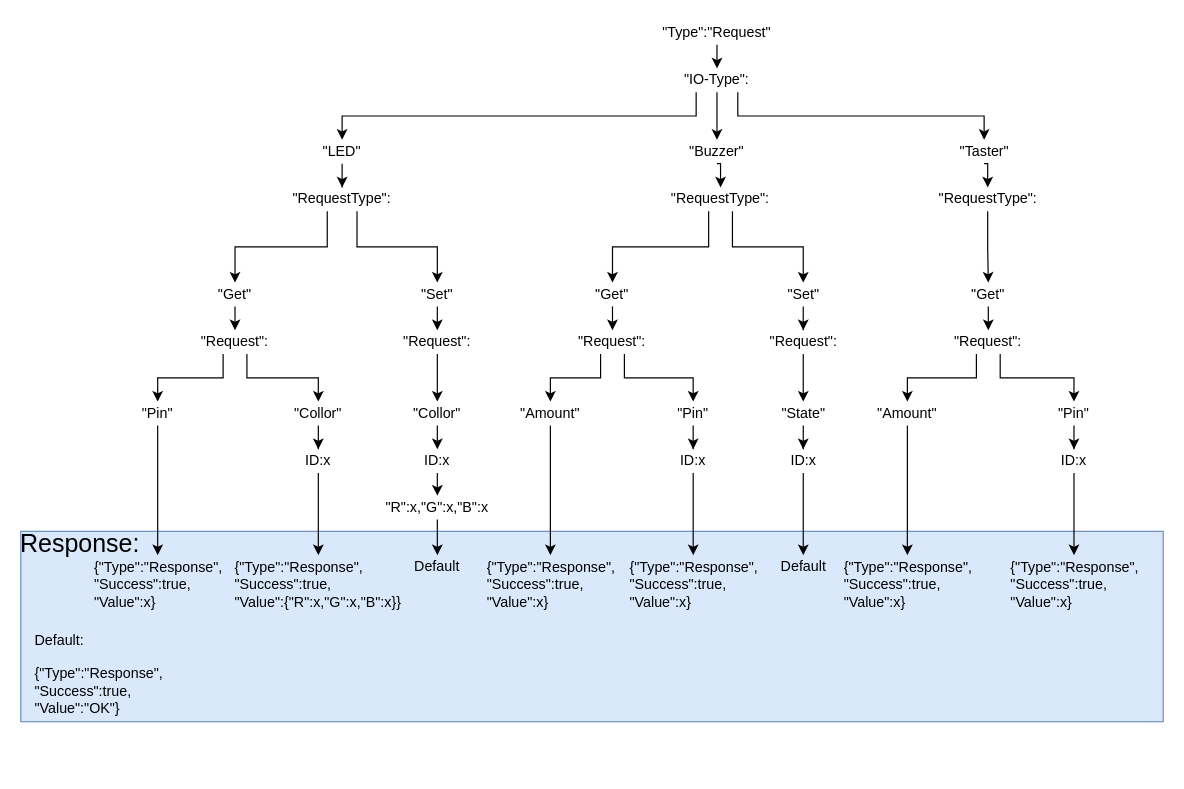
Before: src/BuzzerScript/API Doku.drawio in TheEinfachFelix/GameMaster, a draw.io diagram. Source tidied: cells renumbered, new cells numbered last; positions are measured from the earlier drawing's top-left corner, leaving out a move shared by most shapes. Both pictures are drawn from the tidied source at 119%, with x=0, y=0 at pixel (20, 20).
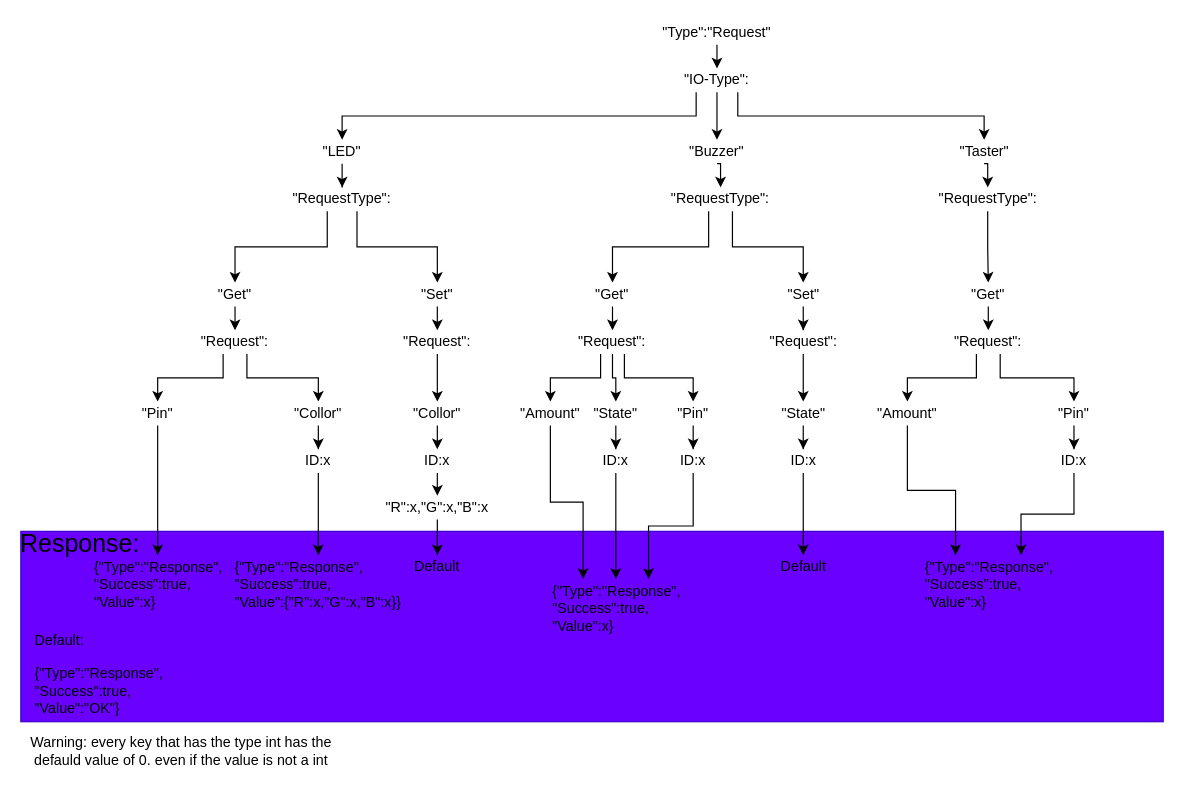
After the change.

The change refers to these unchanged cells:
```xml
<mxCell id="39" value="&lt;div&gt;&quot;Request&quot;:&lt;/div&gt;" style="text;html=1;strokeColor=none;fillColor=none;align=center;verticalAlign=middle;whiteSpace=wrap;rounded=0;" parent="1" vertex="1">
  <mxGeometry x="477.2" y="260" width="40" height="20" as="geometry" />
</mxCell>
<mxCell id="45" value="&quot;Amount&quot;" style="text;html=1;strokeColor=none;fillColor=none;align=center;verticalAlign=middle;whiteSpace=wrap;rounded=0;" parent="1" vertex="1">
  <mxGeometry x="725" y="320" width="40" height="20" as="geometry" />
</mxCell>
<mxCell id="49" value="ID:x" style="text;html=1;strokeColor=none;fillColor=none;align=center;verticalAlign=middle;whiteSpace=wrap;rounded=0;" parent="1" vertex="1">
  <mxGeometry x="865" y="360" width="40" height="20" as="geometry" />
</mxCell>
<mxCell id="53" value="&quot;Amount&quot;" style="text;html=1;strokeColor=none;fillColor=none;align=center;verticalAlign=middle;whiteSpace=wrap;rounded=0;" parent="1" vertex="1">
  <mxGeometry x="425" y="320" width="40" height="20" as="geometry" />
</mxCell>
<mxCell id="57" value="ID:x" style="text;html=1;strokeColor=none;fillColor=none;align=center;verticalAlign=middle;whiteSpace=wrap;rounded=0;" parent="1" vertex="1">
  <mxGeometry x="545" y="360" width="40" height="20" as="geometry" />
</mxCell>
```

Diff of the diagram source:
```diff
@@
-    <mxCell id="2" style="rounded=0;whiteSpace=wrap;html=1;align=left;fillColor=#dae8fc;strokeColor=#6c8ebf;" parent="1" vertex="1">
+    <mxCell id="2" style="rounded=0;whiteSpace=wrap;html=1;align=left;fillColor=#6a00ff;strokeColor=#3700CC;fontColor=#ffffff;" parent="1" vertex="1">
       <mxGeometry y="429" width="960" height="160" as="geometry" />
     </mxCell>
@@
-    <mxCell id="44" style="edgeStyle=orthogonalEdgeStyle;rounded=0;jettySize=auto;html=1;exitX=0.5;exitY=1;exitDx=0;exitDy=0;entryX=0.5;entryY=0;entryDx=0;entryDy=0;" parent="1" edge="1" source="45" target="82">
+    <mxCell id="44" style="edgeStyle=orthogonalEdgeStyle;rounded=0;jettySize=auto;html=1;exitX=0.5;exitY=1;exitDx=0;exitDy=0;entryX=0.25;entryY=0;entryDx=0;entryDy=0;" parent="1" edge="1" source="45" target="83">
       <mxGeometry relative="1" as="geometry" />
     </mxCell>
@@
-    <mxCell id="48" style="edgeStyle=orthogonalEdgeStyle;rounded=0;jettySize=auto;html=1;exitX=0.5;exitY=1;exitDx=0;exitDy=0;entryX=0.5;entryY=0;entryDx=0;entryDy=0;" parent="1" edge="1" source="49" target="83">
+    <mxCell id="48" style="edgeStyle=orthogonalEdgeStyle;rounded=0;jettySize=auto;html=1;exitX=0.5;exitY=1;exitDx=0;exitDy=0;entryX=0.75;entryY=0;entryDx=0;entryDy=0;" parent="1" edge="1" source="49" target="83">
       <mxGeometry relative="1" as="geometry" />
     </mxCell>
@@
-    <mxCell id="52" style="edgeStyle=orthogonalEdgeStyle;rounded=0;jettySize=auto;html=1;exitX=0.5;exitY=1;exitDx=0;exitDy=0;entryX=0.5;entryY=0;entryDx=0;entryDy=0;" parent="1" edge="1" source="53" target="80">
+    <mxCell id="52" style="edgeStyle=orthogonalEdgeStyle;rounded=0;jettySize=auto;html=1;exitX=0.5;exitY=1;exitDx=0;exitDy=0;entryX=0.25;entryY=0;entryDx=0;entryDy=0;" parent="1" edge="1" source="53" target="80">
       <mxGeometry relative="1" as="geometry" />
     </mxCell>
@@
-    <mxCell id="56" style="edgeStyle=orthogonalEdgeStyle;rounded=0;jettySize=auto;html=1;exitX=0.5;exitY=1;exitDx=0;exitDy=0;entryX=0.5;entryY=0;entryDx=0;entryDy=0;" parent="1" edge="1" source="57" target="81">
+    <mxCell id="56" style="edgeStyle=orthogonalEdgeStyle;rounded=0;jettySize=auto;html=1;exitX=0.5;exitY=1;exitDx=0;exitDy=0;entryX=0.75;entryY=0;entryDx=0;entryDy=0;" parent="1" edge="1" source="57" target="80">
       <mxGeometry relative="1" as="geometry" />
     </mxCell>
@@
     <mxCell id="80" value="&lt;span&gt;{&quot;Type&quot;:&quot;Response&quot;,&lt;/span&gt;&lt;br&gt;&lt;span&gt;&quot;Success&quot;:true,&lt;/span&gt;&lt;br&gt;&lt;span&gt;&quot;Value&quot;:x}&lt;/span&gt;" style="text;html=1;strokeColor=none;fillColor=none;align=left;verticalAlign=middle;whiteSpace=wrap;rounded=0;" parent="1" vertex="1">
-      <mxGeometry x="390" y="449" width="110" height="50" as="geometry" />
+      <mxGeometry x="445" y="469" width="110" height="50" as="geometry" />
     </mxCell>
-    <mxCell id="81" value="&lt;span&gt;{&quot;Type&quot;:&quot;Response&quot;,&lt;/span&gt;&lt;br&gt;&lt;span&gt;&quot;Success&quot;:true,&lt;/span&gt;&lt;br&gt;&lt;span&gt;&quot;Value&quot;:x}&lt;/span&gt;" style="text;html=1;strokeColor=none;fillColor=none;align=left;verticalAlign=middle;whiteSpace=wrap;rounded=0;" parent="1" vertex="1">
-      <mxGeometry x="510" y="449" width="110" height="50" as="geometry" />
-    </mxCell>
-    <mxCell id="82" value="&lt;span&gt;{&quot;Type&quot;:&quot;Response&quot;,&lt;/span&gt;&lt;br&gt;&lt;span&gt;&quot;Success&quot;:true,&lt;/span&gt;&lt;br&gt;&lt;span&gt;&quot;Value&quot;:x}&lt;/span&gt;" style="text;html=1;strokeColor=none;fillColor=none;align=left;verticalAlign=middle;whiteSpace=wrap;rounded=0;" parent="1" vertex="1">
-      <mxGeometry x="690" y="449" width="110" height="50" as="geometry" />
-    </mxCell>
     <mxCell id="83" value="&lt;span&gt;{&quot;Type&quot;:&quot;Response&quot;,&lt;/span&gt;&lt;br&gt;&lt;span&gt;&quot;Success&quot;:true,&lt;/span&gt;&lt;br&gt;&lt;span&gt;&quot;Value&quot;:x}&lt;/span&gt;" style="text;html=1;strokeColor=none;fillColor=none;align=left;verticalAlign=middle;whiteSpace=wrap;rounded=0;" parent="1" vertex="1">
-      <mxGeometry x="830" y="449" width="110" height="50" as="geometry" />
+      <mxGeometry x="758" y="449" width="110" height="50" as="geometry" />
     </mxCell>
+    <mxCell id="84" style="edgeStyle=orthogonalEdgeStyle;rounded=0;jettySize=auto;html=1;exitX=0.5;exitY=1;exitDx=0;exitDy=0;entryX=0.5;entryY=0;entryDx=0;entryDy=0;" parent="1" edge="1" source="39" target="86">
+      <mxGeometry relative="1" as="geometry" />
+    </mxCell>
+    <mxCell id="85" style="edgeStyle=orthogonalEdgeStyle;rounded=0;jettySize=auto;html=1;exitX=0.5;exitY=1;exitDx=0;exitDy=0;" parent="1" edge="1" source="86" target="88">
+      <mxGeometry relative="1" as="geometry" />
+    </mxCell>
+    <mxCell id="86" value="&quot;State&quot;" style="text;html=1;strokeColor=none;fillColor=none;align=center;verticalAlign=middle;whiteSpace=wrap;rounded=0;" parent="1" vertex="1">
+      <mxGeometry x="480" y="320" width="40" height="20" as="geometry" />
+    </mxCell>
+    <mxCell id="87" style="edgeStyle=orthogonalEdgeStyle;rounded=0;jettySize=auto;html=1;exitX=0.5;exitY=1;exitDx=0;exitDy=0;entryX=0.5;entryY=0;entryDx=0;entryDy=0;" parent="1" edge="1" source="88" target="80">
+      <mxGeometry relative="1" as="geometry" />
+    </mxCell>
+    <mxCell id="88" value="ID:x" style="text;html=1;strokeColor=none;fillColor=none;align=center;verticalAlign=middle;whiteSpace=wrap;rounded=0;" parent="1" vertex="1">
+      <mxGeometry x="480" y="360" width="40" height="20" as="geometry" />
+    </mxCell>
+    <mxCell id="89" value="Warning: every key that has the type int has the defauld value of 0. even if the value is not a int" style="text;html=1;align=center;verticalAlign=middle;whiteSpace=wrap;rounded=0;" parent="1" vertex="1">
+      <mxGeometry y="599" width="270" height="30" as="geometry" />
+    </mxCell>
```
